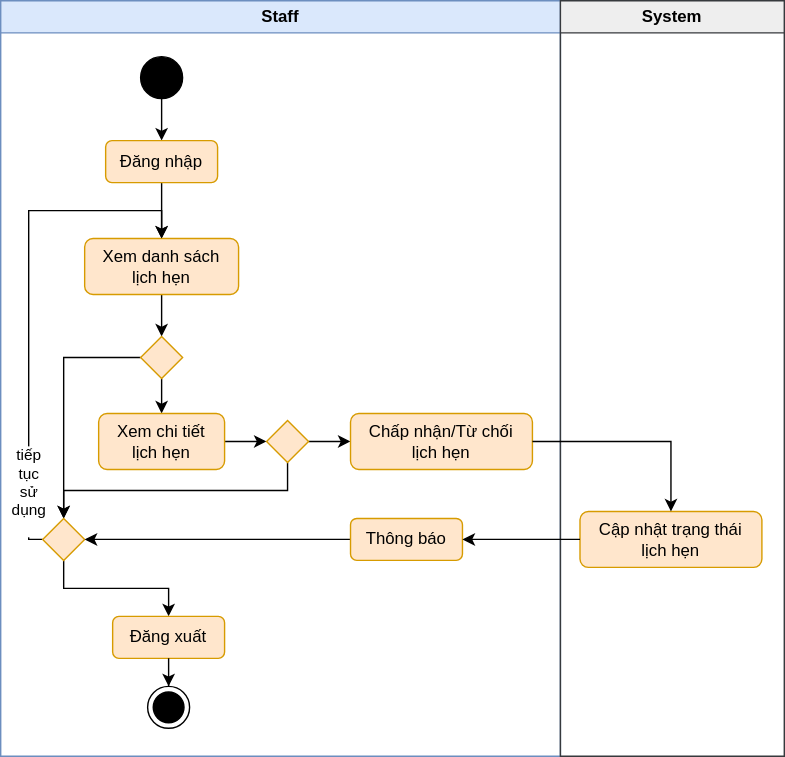
The draw.io diagram docs/attachments/quy-trinh-quan-ly-lich-hen-khach-hang.svg in tozydev/virgo-14, before a commit. Source tidied: cells renumbered, new cells last; positions are measured from the earlier drawing's top-left corner, leaving out a move shared by most shapes.
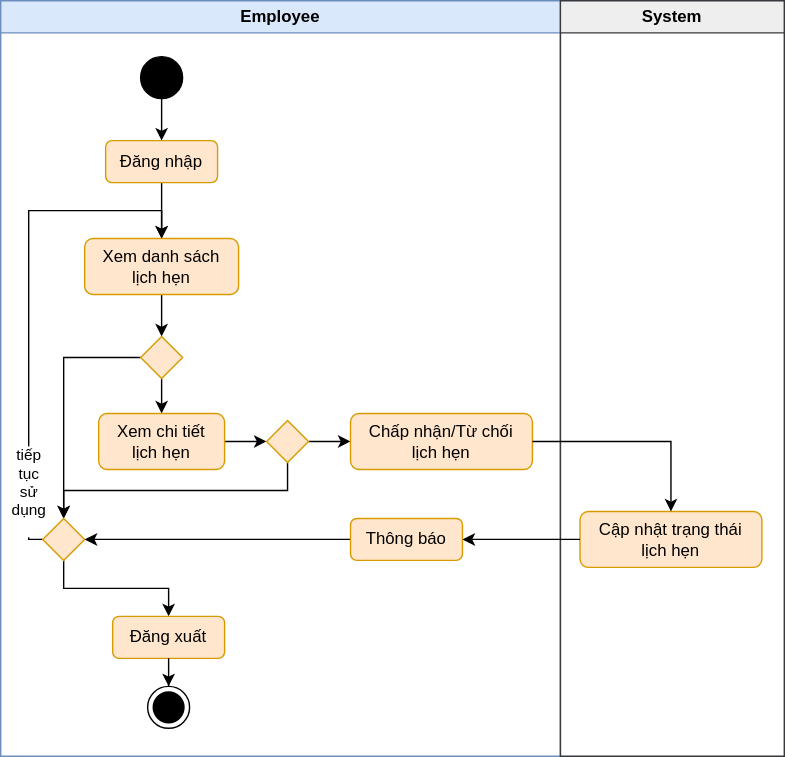
Above is the later version.

Commit message:
docs: change Staff term to Employee term

What changed in the source:
```diff
@@ -2,7 +2,7 @@
   <root>
     <mxCell id="0" />
     <mxCell id="1" parent="0" />
-    <mxCell id="2" value="Staff" style="swimlane;whiteSpace=wrap;html=1;fillColor=#dae8fc;strokeColor=#6c8ebf;" parent="1" vertex="1">
+    <mxCell id="2" value="Employee" style="swimlane;whiteSpace=wrap;html=1;fillColor=#dae8fc;strokeColor=#6c8ebf;startSize=23;" parent="1" vertex="1">
       <mxGeometry width="400" height="540" as="geometry" />
     </mxCell>
     <mxCell id="3" style="edgeStyle=orthogonalEdgeStyle;rounded=0;jettySize=auto;html=1;entryX=0.5;entryY=0;entryDx=0;entryDy=0;" parent="2" edge="1" source="4" target="6">
```
